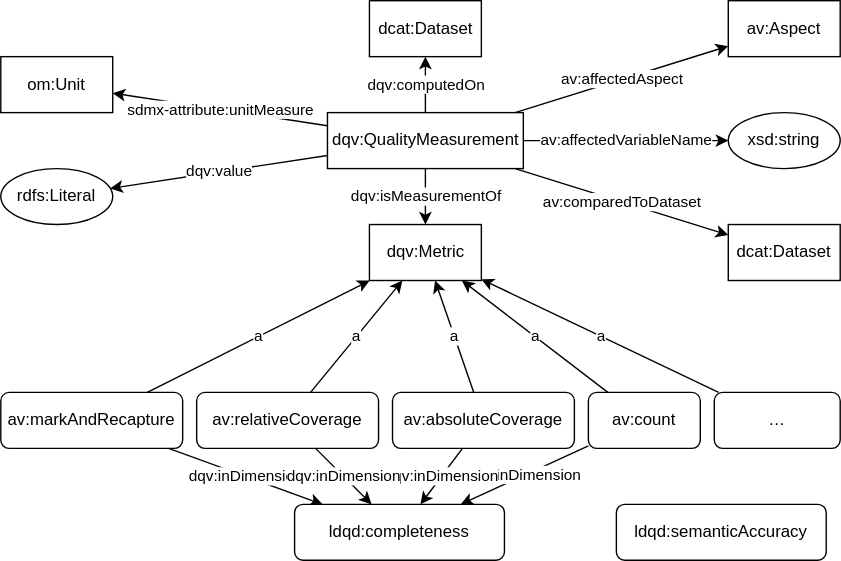
This is qualityMeasurementGraph.svg from fusion-jena/abecto-vocabulary, a draw.io export, as it was before one commit. Source tidied: cells renumbered, new cells last; positions are measured from the earlier drawing's top-left corner, leaving out a move shared by most shapes.
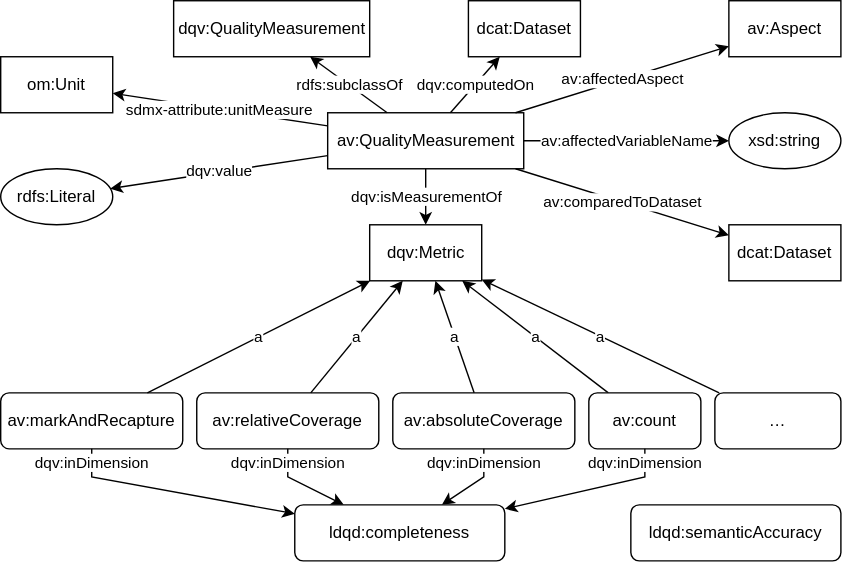
After the commit.

What changed in the source:
```diff
@@ -11,14 +11,14 @@
     <mxCell id="4" value="dqv:value" style="edgeStyle=none;rounded=0;jettySize=auto;html=1;" parent="1" edge="1" source="5" target="10">
       <mxGeometry relative="1" as="geometry" />
     </mxCell>
-    <mxCell id="5" value="dqv:QualityMeasurement" style="whiteSpace=wrap;html=1;" parent="1" vertex="1">
+    <mxCell id="5" value="av:QualityMeasurement" style="whiteSpace=wrap;html=1;" parent="1" vertex="1">
       <mxGeometry x="233.5" y="80" width="140" height="40" as="geometry" />
     </mxCell>
     <mxCell id="6" value="dqv:Metric" style="whiteSpace=wrap;html=1;" parent="1" vertex="1">
       <mxGeometry x="263.5" y="160" width="80" height="40" as="geometry" />
     </mxCell>
     <mxCell id="7" value="dcat:Dataset" style="whiteSpace=wrap;html=1;" parent="1" vertex="1">
-      <mxGeometry x="263.5" width="80" height="40" as="geometry" />
+      <mxGeometry x="334" width="80" height="40" as="geometry" />
     </mxCell>
     <mxCell id="8" value="dqv:computedOn" style="edgeStyle=none;rounded=0;jettySize=auto;html=1;" parent="1" edge="1" source="5" target="7">
       <mxGeometry relative="1" as="geometry" />
@@ -36,7 +36,11 @@
       <mxGeometry relative="1" as="geometry" />
     </mxCell>
     <mxCell id="13" value="dqv:inDimension" style="edgeStyle=none;rounded=0;jettySize=auto;html=1;" parent="1" edge="1" source="11" target="31">
-      <mxGeometry relative="1" as="geometry" />
+      <mxGeometry x="-0.88" relative="1" as="geometry">
+        <Array as="points">
+          <mxPoint x="65" y="340" />
+        </Array>
+      </mxGeometry>
     </mxCell>
     <mxCell id="14" value="a" style="edgeStyle=none;rounded=0;jettySize=auto;html=1;" parent="1" edge="1" source="21" target="6">
       <mxGeometry relative="1" as="geometry" />
@@ -72,10 +76,18 @@
       <mxGeometry relative="1" as="geometry" />
     </mxCell>
     <mxCell id="25" value="dqv:inDimension" style="edgeStyle=none;rounded=0;jettySize=auto;html=1;" parent="1" edge="1" source="21" target="31">
-      <mxGeometry relative="1" as="geometry" />
+      <mxGeometry x="-0.84" relative="1" as="geometry">
+        <Array as="points">
+          <mxPoint x="460" y="340" />
+        </Array>
+      </mxGeometry>
     </mxCell>
     <mxCell id="26" value="dqv:inDimension" style="edgeStyle=none;rounded=0;jettySize=auto;html=1;" parent="1" edge="1" source="22" target="31">
-      <mxGeometry relative="1" as="geometry" />
+      <mxGeometry x="-0.64" relative="1" as="geometry">
+        <Array as="points">
+          <mxPoint x="345" y="340" />
+        </Array>
+      </mxGeometry>
     </mxCell>
     <mxCell id="27" value="av:relativeCoverage" style="whiteSpace=wrap;html=1;rounded=1;" parent="1" vertex="1">
       <mxGeometry x="140" y="280" width="130" height="40" as="geometry" />
@@ -87,13 +99,23 @@
       <mxGeometry x="510" y="280" width="90" height="40" as="geometry" />
     </mxCell>
     <mxCell id="30" value="dqv:inDimension" style="edgeStyle=none;rounded=0;jettySize=auto;html=1;" parent="1" edge="1" source="27" target="31">
-      <mxGeometry relative="1" as="geometry" />
+      <mxGeometry x="-0.69" relative="1" as="geometry">
+        <Array as="points">
+          <mxPoint x="205" y="340" />
+        </Array>
+      </mxGeometry>
     </mxCell>
     <mxCell id="31" value="&lt;span style=&quot;text-align: left&quot;&gt;ldqd:completeness&lt;/span&gt;" style="whiteSpace=wrap;html=1;rounded=1;" parent="1" vertex="1">
       <mxGeometry x="210" y="360" width="150" height="40" as="geometry" />
     </mxCell>
     <mxCell id="32" value="&lt;div style=&quot;text-align: left&quot;&gt;&lt;span&gt;ldqd:semanticAccuracy&lt;/span&gt;&lt;/div&gt;" style="whiteSpace=wrap;html=1;rounded=1;" parent="1" vertex="1">
-      <mxGeometry x="440" y="360" width="150" height="40" as="geometry" />
+      <mxGeometry x="450" y="360" width="150" height="40" as="geometry" />
     </mxCell>
+    <mxCell id="33" value="dqv:QualityMeasurement" style="whiteSpace=wrap;html=1;" parent="1" vertex="1">
+      <mxGeometry x="123.5" width="140" height="40" as="geometry" />
+    </mxCell>
+    <mxCell id="34" value="rdfs:subclassOf" style="edgeStyle=none;rounded=0;jettySize=auto;html=1;" parent="1" edge="1" source="5" target="33">
+      <mxGeometry relative="1" as="geometry" />
+    </mxCell>
   </root>
 </mxGraphModel>
```
